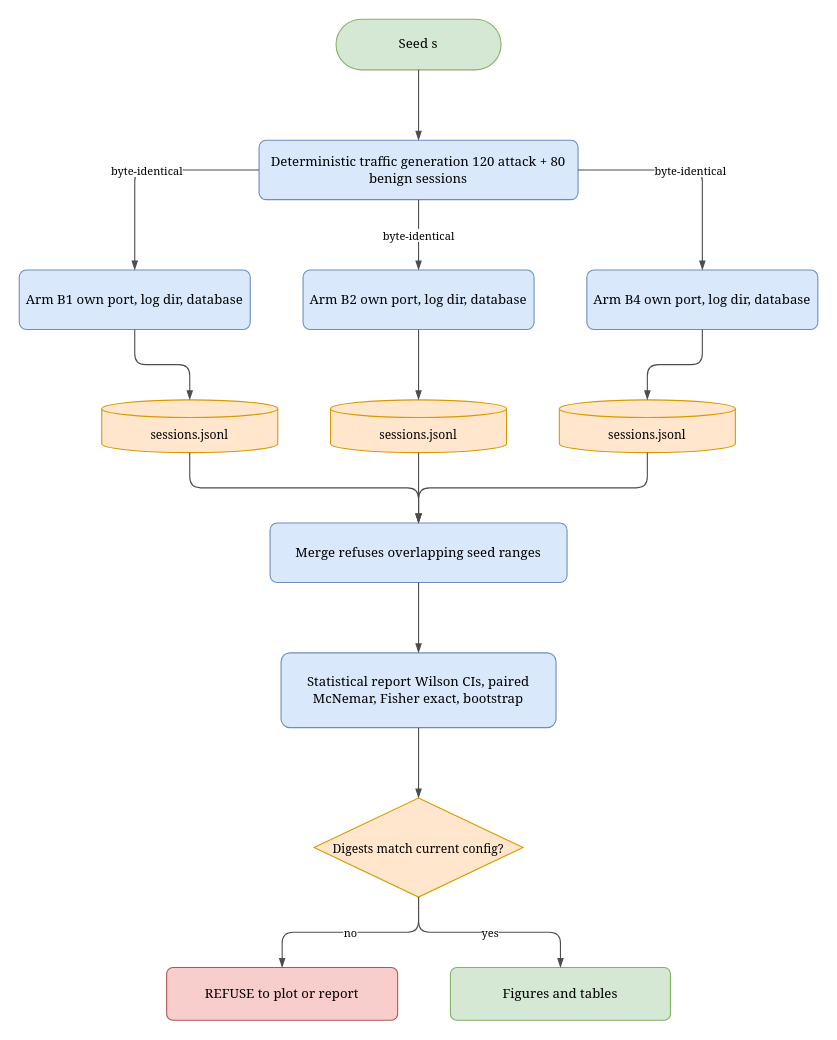
The draw.io diagram page "Fig 20 - Evaluation harness" (11 of 11) of writing/diagrams/drawio/ALL-diagrams.drawio in parthkansal823/FinalYearProject-Deception, before the edit. Source tidied: cells renumbered, new cells numbered last; positions are measured from the earlier drawing's top-left corner, leaving out a move shared by most shapes. Both pictures are drawn from the tidied source at 110%, with x=0, y=0 at pixel (19, 19).
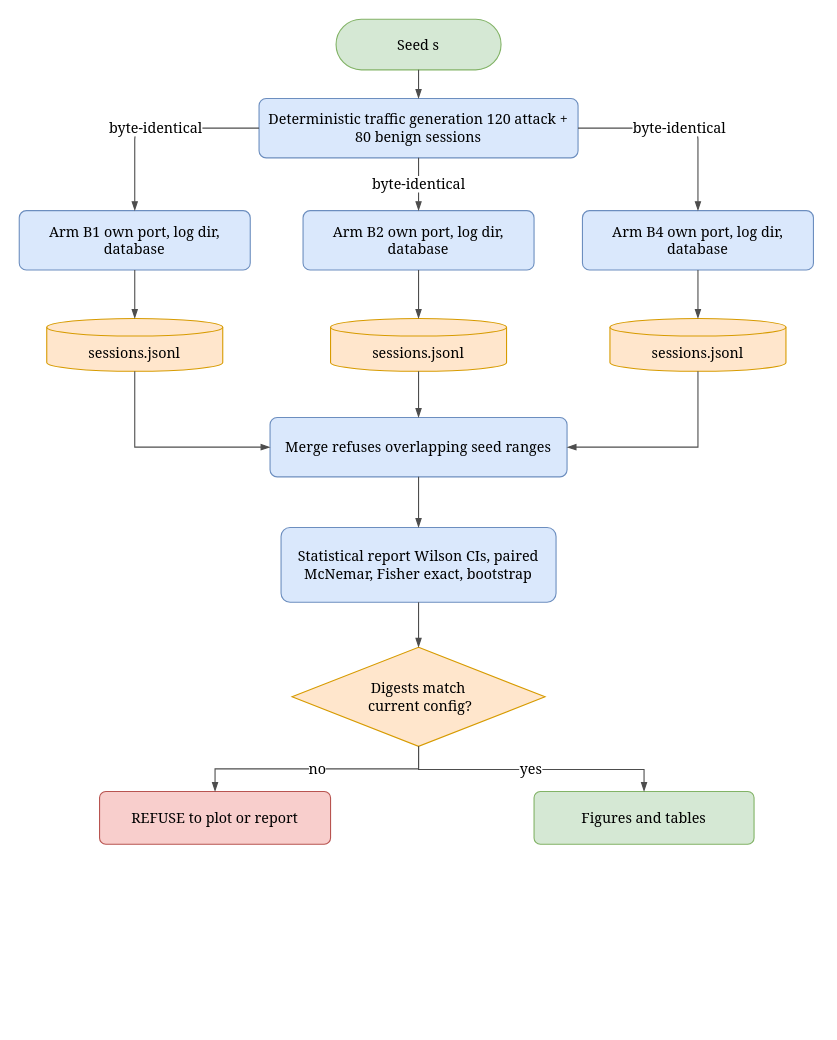
The same page after the edit.

The edit, as a diff of the source:
```diff
@@
-    <mxCell id="2" value="Seed s" style="rounded=1;whiteSpace=wrap;html=1;fontFamily=Georgia;fontSize=12;arcSize=50;fillColor=#d5e8d4;strokeColor=#82b366;" parent="1" vertex="1">
+    <mxCell id="2" value="Seed s" style="rounded=1;whiteSpace=wrap;html=1;fontFamily=Georgia;fontSize=13;arcSize=50;fillColor=#d5e8d4;strokeColor=#82b366;" parent="1" vertex="1">
       <mxGeometry x="288" width="150" height="46" as="geometry" />
     </mxCell>
-    <mxCell id="3" value="Deterministic traffic generation 120 attack + 80 benign sessions" style="rounded=1;whiteSpace=wrap;html=1;fontFamily=Georgia;fontSize=12;arcSize=12;fillColor=#dae8fc;strokeColor=#6c8ebf;" parent="1" vertex="1">
-      <mxGeometry x="218" y="110" width="290" height="54" as="geometry" />
+    <mxCell id="3" value="Deterministic traffic generation 120 attack + &lt;br&gt;80 benign sessions" style="rounded=1;whiteSpace=wrap;html=1;fontFamily=Georgia;fontSize=13;arcSize=12;fillColor=#dae8fc;strokeColor=#6c8ebf;" parent="1" vertex="1">
+      <mxGeometry x="218" y="72" width="290" height="54" as="geometry" />
     </mxCell>
-    <mxCell id="4" value="Arm B1 own port, log dir, database" style="rounded=1;whiteSpace=wrap;html=1;fontFamily=Georgia;fontSize=12;arcSize=12;fillColor=#dae8fc;strokeColor=#6c8ebf;" parent="1" vertex="1">
-      <mxGeometry y="228" width="210" height="54" as="geometry" />
+    <mxCell id="4" value="Arm B1 own port, log dir, database" style="rounded=1;whiteSpace=wrap;html=1;fontFamily=Georgia;fontSize=13;arcSize=12;fillColor=#dae8fc;strokeColor=#6c8ebf;" parent="1" vertex="1">
+      <mxGeometry y="174" width="210" height="54" as="geometry" />
     </mxCell>
-    <mxCell id="5" value="Arm B2 own port, log dir, database" style="rounded=1;whiteSpace=wrap;html=1;fontFamily=Georgia;fontSize=12;arcSize=12;fillColor=#dae8fc;strokeColor=#6c8ebf;" parent="1" vertex="1">
-      <mxGeometry x="258" y="228" width="210" height="54" as="geometry" />
+    <mxCell id="5" value="Arm B2 own port, log dir, database" style="rounded=1;whiteSpace=wrap;html=1;fontFamily=Georgia;fontSize=13;arcSize=12;fillColor=#dae8fc;strokeColor=#6c8ebf;" parent="1" vertex="1">
+      <mxGeometry x="258" y="174" width="210" height="54" as="geometry" />
     </mxCell>
-    <mxCell id="6" value="Arm B4 own port, log dir, database" style="rounded=1;whiteSpace=wrap;html=1;fontFamily=Georgia;fontSize=12;arcSize=12;fillColor=#dae8fc;strokeColor=#6c8ebf;" parent="1" vertex="1">
-      <mxGeometry x="516" y="228" width="210" height="54" as="geometry" />
+    <mxCell id="6" value="Arm B4 own port, log dir, database" style="rounded=1;whiteSpace=wrap;html=1;fontFamily=Georgia;fontSize=13;arcSize=12;fillColor=#dae8fc;strokeColor=#6c8ebf;" parent="1" vertex="1">
+      <mxGeometry x="512" y="174" width="210" height="54" as="geometry" />
     </mxCell>
-    <mxCell id="7" value="sessions.jsonl" style="shape=cylinder3;boundedLbl=1;backgroundOutline=1;size=8;whiteSpace=wrap;html=1;fontFamily=Georgia;fontSize=11;fillColor=#ffe6cc;strokeColor=#d79b00;" parent="1" vertex="1">
-      <mxGeometry x="75" y="346" width="160" height="48" as="geometry" />
+    <mxCell id="7" value="sessions.jsonl" style="shape=cylinder3;boundedLbl=1;backgroundOutline=1;size=8;whiteSpace=wrap;html=1;fontFamily=Georgia;fontSize=13;fillColor=#ffe6cc;strokeColor=#d79b00;" parent="1" vertex="1">
+      <mxGeometry x="25" y="272" width="160" height="48" as="geometry" />
     </mxCell>
-    <mxCell id="8" value="sessions.jsonl" style="shape=cylinder3;boundedLbl=1;backgroundOutline=1;size=8;whiteSpace=wrap;html=1;fontFamily=Georgia;fontSize=11;fillColor=#ffe6cc;strokeColor=#d79b00;" parent="1" vertex="1">
-      <mxGeometry x="283" y="346" width="160" height="48" as="geometry" />
+    <mxCell id="8" value="sessions.jsonl" style="shape=cylinder3;boundedLbl=1;backgroundOutline=1;size=8;whiteSpace=wrap;html=1;fontFamily=Georgia;fontSize=13;fillColor=#ffe6cc;strokeColor=#d79b00;" parent="1" vertex="1">
+      <mxGeometry x="283" y="272" width="160" height="48" as="geometry" />
     </mxCell>
-    <mxCell id="9" value="sessions.jsonl" style="shape=cylinder3;boundedLbl=1;backgroundOutline=1;size=8;whiteSpace=wrap;html=1;fontFamily=Georgia;fontSize=11;fillColor=#ffe6cc;strokeColor=#d79b00;" parent="1" vertex="1">
-      <mxGeometry x="491" y="346" width="160" height="48" as="geometry" />
+    <mxCell id="9" value="sessions.jsonl" style="shape=cylinder3;boundedLbl=1;backgroundOutline=1;size=8;whiteSpace=wrap;html=1;fontFamily=Georgia;fontSize=13;fillColor=#ffe6cc;strokeColor=#d79b00;" parent="1" vertex="1">
+      <mxGeometry x="537" y="272" width="160" height="48" as="geometry" />
     </mxCell>
-    <mxCell id="10" value="Merge refuses overlapping seed ranges" style="rounded=1;whiteSpace=wrap;html=1;fontFamily=Georgia;fontSize=12;arcSize=12;fillColor=#dae8fc;strokeColor=#6c8ebf;" parent="1" vertex="1">
-      <mxGeometry x="228" y="458" width="270" height="54" as="geometry" />
+    <mxCell id="10" value="Merge refuses overlapping seed ranges" style="rounded=1;whiteSpace=wrap;html=1;fontFamily=Georgia;fontSize=13;arcSize=12;fillColor=#dae8fc;strokeColor=#6c8ebf;" parent="1" vertex="1">
+      <mxGeometry x="228" y="362" width="270" height="54" as="geometry" />
     </mxCell>
-    <mxCell id="11" value="Statistical report Wilson CIs, paired McNemar, Fisher exact, bootstrap" style="rounded=1;whiteSpace=wrap;html=1;fontFamily=Georgia;fontSize=12;arcSize=12;fillColor=#dae8fc;strokeColor=#6c8ebf;" parent="1" vertex="1">
-      <mxGeometry x="238" y="576" width="250" height="68" as="geometry" />
+    <mxCell id="11" value="Statistical report Wilson CIs, paired McNemar, Fisher exact, bootstrap" style="rounded=1;whiteSpace=wrap;html=1;fontFamily=Georgia;fontSize=13;arcSize=12;fillColor=#dae8fc;strokeColor=#6c8ebf;" parent="1" vertex="1">
+      <mxGeometry x="238" y="462" width="250" height="68" as="geometry" />
     </mxCell>
-    <mxCell id="12" value="Digests match current config?" style="rhombus;whiteSpace=wrap;html=1;fontFamily=Georgia;fontSize=11;fillColor=#ffe6cc;strokeColor=#d79b00;" parent="1" vertex="1">
-      <mxGeometry x="268" y="708" width="190" height="90" as="geometry" />
+    <mxCell id="12" value="Digests match&lt;br&gt;&amp;nbsp;current config?" style="rhombus;whiteSpace=wrap;html=1;fontFamily=Georgia;fontSize=13;fillColor=#ffe6cc;strokeColor=#d79b00;" parent="1" vertex="1">
+      <mxGeometry x="248" y="571" width="230" height="90" as="geometry" />
     </mxCell>
-    <mxCell id="13" value="REFUSE to plot or report" style="rounded=1;whiteSpace=wrap;html=1;fontFamily=Georgia;fontSize=12;arcSize=12;fillColor=#f8cecc;strokeColor=#b85450;" parent="1" vertex="1">
-      <mxGeometry x="134" y="862" width="210" height="48" as="geometry" />
+    <mxCell id="13" value="REFUSE to plot or report" style="rounded=1;whiteSpace=wrap;html=1;fontFamily=Georgia;fontSize=13;arcSize=12;fillColor=#f8cecc;strokeColor=#b85450;" parent="1" vertex="1">
+      <mxGeometry x="73" y="702" width="210" height="48" as="geometry" />
     </mxCell>
-    <mxCell id="14" value="Figures and tables" style="rounded=1;whiteSpace=wrap;html=1;fontFamily=Georgia;fontSize=12;arcSize=12;fillColor=#d5e8d4;strokeColor=#82b366;" parent="1" vertex="1">
-      <mxGeometry x="392" y="862" width="200" height="48" as="geometry" />
+    <mxCell id="14" value="Figures and tables" style="rounded=1;whiteSpace=wrap;html=1;fontFamily=Georgia;fontSize=13;arcSize=12;fillColor=#d5e8d4;strokeColor=#82b366;" parent="1" vertex="1">
+      <mxGeometry x="468" y="702" width="200" height="48" as="geometry" />
     </mxCell>
-    <mxCell id="15" style="edgeStyle=orthogonalEdgeStyle;rounded=1;html=1;jumpStyle=arc;jumpSize=8;fontFamily=Georgia;fontSize=10;strokeColor=#4d4d4d;endArrow=blockThin;endFill=1;" parent="1" edge="1" source="2" target="3">
+    <mxCell id="15" style="edgeStyle=orthogonalEdgeStyle;rounded=1;html=1;jumpStyle=arc;jumpSize=8;fontFamily=Georgia;fontSize=13;strokeColor=#4d4d4d;endArrow=blockThin;endFill=1;" parent="1" edge="1" source="2" target="3">
       <mxGeometry relative="1" as="geometry" />
     </mxCell>
-    <mxCell id="16" value="byte-identical" style="edgeStyle=orthogonalEdgeStyle;rounded=1;html=1;jumpStyle=arc;jumpSize=8;fontFamily=Georgia;fontSize=10;strokeColor=#4d4d4d;endArrow=blockThin;endFill=1;" parent="1" edge="1" source="3" target="4">
+    <mxCell id="16" value="byte-identical" style="edgeStyle=orthogonalEdgeStyle;rounded=1;html=1;jumpStyle=arc;jumpSize=8;fontFamily=Georgia;fontSize=13;strokeColor=#4d4d4d;endArrow=blockThin;endFill=1;" parent="1" edge="1" source="3" target="4">
       <mxGeometry relative="1" as="geometry" />
     </mxCell>
-    <mxCell id="17" value="byte-identical" style="edgeStyle=orthogonalEdgeStyle;rounded=1;html=1;jumpStyle=arc;jumpSize=8;fontFamily=Georgia;fontSize=10;strokeColor=#4d4d4d;endArrow=blockThin;endFill=1;" parent="1" edge="1" source="3" target="5">
+    <mxCell id="17" value="byte-identical" style="edgeStyle=orthogonalEdgeStyle;rounded=1;html=1;jumpStyle=arc;jumpSize=8;fontFamily=Georgia;fontSize=13;strokeColor=#4d4d4d;endArrow=blockThin;endFill=1;" parent="1" edge="1" source="3" target="5">
       <mxGeometry relative="1" as="geometry" />
     </mxCell>
-    <mxCell id="18" value="byte-identical" style="edgeStyle=orthogonalEdgeStyle;rounded=1;html=1;jumpStyle=arc;jumpSize=8;fontFamily=Georgia;fontSize=10;strokeColor=#4d4d4d;endArrow=blockThin;endFill=1;" parent="1" edge="1" source="3" target="6">
+    <mxCell id="18" value="byte-identical" style="edgeStyle=orthogonalEdgeStyle;rounded=1;html=1;jumpStyle=arc;jumpSize=8;fontFamily=Georgia;fontSize=13;strokeColor=#4d4d4d;endArrow=blockThin;endFill=1;" parent="1" edge="1" source="3" target="6">
       <mxGeometry relative="1" as="geometry" />
     </mxCell>
-    <mxCell id="19" style="edgeStyle=orthogonalEdgeStyle;rounded=1;html=1;jumpStyle=arc;jumpSize=8;fontFamily=Georgia;fontSize=10;strokeColor=#4d4d4d;endArrow=blockThin;endFill=1;" parent="1" edge="1" source="4" target="7">
+    <mxCell id="19" style="edgeStyle=orthogonalEdgeStyle;rounded=1;html=1;jumpStyle=arc;jumpSize=8;fontFamily=Georgia;fontSize=13;strokeColor=#4d4d4d;endArrow=blockThin;endFill=1;" parent="1" edge="1" source="4" target="7">
       <mxGeometry relative="1" as="geometry" />
     </mxCell>
-    <mxCell id="20" style="edgeStyle=orthogonalEdgeStyle;rounded=1;html=1;jumpStyle=arc;jumpSize=8;fontFamily=Georgia;fontSize=10;strokeColor=#4d4d4d;endArrow=blockThin;endFill=1;" parent="1" edge="1" source="5" target="8">
+    <mxCell id="20" style="edgeStyle=orthogonalEdgeStyle;rounded=1;html=1;jumpStyle=arc;jumpSize=8;fontFamily=Georgia;fontSize=13;strokeColor=#4d4d4d;endArrow=blockThin;endFill=1;" parent="1" edge="1" source="5" target="8">
       <mxGeometry relative="1" as="geometry" />
     </mxCell>
-    <mxCell id="21" style="edgeStyle=orthogonalEdgeStyle;rounded=1;html=1;jumpStyle=arc;jumpSize=8;fontFamily=Georgia;fontSize=10;strokeColor=#4d4d4d;endArrow=blockThin;endFill=1;" parent="1" edge="1" source="6" target="9">
+    <mxCell id="21" style="edgeStyle=orthogonalEdgeStyle;rounded=1;html=1;jumpStyle=arc;jumpSize=8;fontFamily=Georgia;fontSize=13;strokeColor=#4d4d4d;endArrow=blockThin;endFill=1;" parent="1" edge="1" source="6" target="9">
       <mxGeometry relative="1" as="geometry" />
     </mxCell>
-    <mxCell id="22" style="edgeStyle=orthogonalEdgeStyle;rounded=1;html=1;jumpStyle=arc;jumpSize=8;fontFamily=Georgia;fontSize=10;strokeColor=#4d4d4d;endArrow=blockThin;endFill=1;" parent="1" edge="1" source="7" target="10">
-      <mxGeometry relative="1" as="geometry" />
+    <mxCell id="22" style="edgeStyle=orthogonalEdgeStyle;rounded=0;html=1;jumpStyle=arc;jumpSize=8;fontFamily=Georgia;fontSize=13;strokeColor=#4d4d4d;endArrow=blockThin;endFill=1;entryX=0;entryY=0.5;entryDx=0;entryDy=0;curved=0;" parent="1" edge="1" source="7" target="10">
+      <mxGeometry relative="1" as="geometry">
+        <Array as="points">
+          <mxPoint x="105" y="389" />
+        </Array>
+      </mxGeometry>
     </mxCell>
-    <mxCell id="23" style="edgeStyle=orthogonalEdgeStyle;rounded=1;html=1;jumpStyle=arc;jumpSize=8;fontFamily=Georgia;fontSize=10;strokeColor=#4d4d4d;endArrow=blockThin;endFill=1;" parent="1" edge="1" source="8" target="10">
+    <mxCell id="23" style="edgeStyle=orthogonalEdgeStyle;rounded=1;html=1;jumpStyle=arc;jumpSize=8;fontFamily=Georgia;fontSize=13;strokeColor=#4d4d4d;endArrow=blockThin;endFill=1;" parent="1" edge="1" source="8" target="10">
       <mxGeometry relative="1" as="geometry" />
     </mxCell>
-    <mxCell id="24" style="edgeStyle=orthogonalEdgeStyle;rounded=1;html=1;jumpStyle=arc;jumpSize=8;fontFamily=Georgia;fontSize=10;strokeColor=#4d4d4d;endArrow=blockThin;endFill=1;" parent="1" edge="1" source="9" target="10">
-      <mxGeometry relative="1" as="geometry" />
+    <mxCell id="24" style="edgeStyle=orthogonalEdgeStyle;rounded=0;html=1;jumpStyle=arc;jumpSize=8;fontFamily=Georgia;fontSize=13;strokeColor=#4d4d4d;endArrow=blockThin;endFill=1;entryX=1;entryY=0.5;entryDx=0;entryDy=0;curved=0;" parent="1" edge="1" source="9" target="10">
+      <mxGeometry relative="1" as="geometry">
+        <Array as="points">
+          <mxPoint x="617" y="389" />
+        </Array>
+      </mxGeometry>
     </mxCell>
-    <mxCell id="25" style="edgeStyle=orthogonalEdgeStyle;rounded=1;html=1;jumpStyle=arc;jumpSize=8;fontFamily=Georgia;fontSize=10;strokeColor=#4d4d4d;endArrow=blockThin;endFill=1;" parent="1" edge="1" source="10" target="11">
+    <mxCell id="25" style="edgeStyle=orthogonalEdgeStyle;rounded=1;html=1;jumpStyle=arc;jumpSize=8;fontFamily=Georgia;fontSize=13;strokeColor=#4d4d4d;endArrow=blockThin;endFill=1;" parent="1" edge="1" source="10" target="11">
       <mxGeometry relative="1" as="geometry" />
     </mxCell>
-    <mxCell id="26" style="edgeStyle=orthogonalEdgeStyle;rounded=1;html=1;jumpStyle=arc;jumpSize=8;fontFamily=Georgia;fontSize=10;strokeColor=#4d4d4d;endArrow=blockThin;endFill=1;" parent="1" edge="1" source="11" target="12">
+    <mxCell id="26" style="edgeStyle=orthogonalEdgeStyle;rounded=1;html=1;jumpStyle=arc;jumpSize=8;fontFamily=Georgia;fontSize=13;strokeColor=#4d4d4d;endArrow=blockThin;endFill=1;" parent="1" edge="1" source="11" target="12">
       <mxGeometry relative="1" as="geometry" />
     </mxCell>
-    <mxCell id="27" value="no" style="edgeStyle=orthogonalEdgeStyle;rounded=1;html=1;jumpStyle=arc;jumpSize=8;fontFamily=Georgia;fontSize=10;strokeColor=#4d4d4d;endArrow=blockThin;endFill=1;" parent="1" edge="1" source="12" target="13">
+    <mxCell id="27" value="no" style="edgeStyle=orthogonalEdgeStyle;rounded=0;html=1;jumpStyle=arc;jumpSize=8;fontFamily=Georgia;fontSize=13;strokeColor=#4d4d4d;endArrow=blockThin;endFill=1;curved=0;" parent="1" edge="1" source="12" target="13">
       <mxGeometry relative="1" as="geometry" />
     </mxCell>
-    <mxCell id="28" value="yes" style="edgeStyle=orthogonalEdgeStyle;rounded=1;html=1;jumpStyle=arc;jumpSize=8;fontFamily=Georgia;fontSize=10;strokeColor=#4d4d4d;endArrow=blockThin;endFill=1;" parent="1" edge="1" source="12" target="14">
-      <mxGeometry relative="1" as="geometry" />
+    <mxCell id="28" value="yes" style="edgeStyle=orthogonalEdgeStyle;rounded=0;html=1;jumpStyle=arc;jumpSize=8;fontFamily=Georgia;fontSize=13;strokeColor=#4d4d4d;endArrow=blockThin;endFill=1;curved=0;" parent="1" edge="1" source="12" target="14">
+      <mxGeometry relative="1" as="geometry">
+        <Array as="points">
+          <mxPoint x="363" y="682" />
+          <mxPoint x="568" y="682" />
+        </Array>
+      </mxGeometry>
     </mxCell>
```
